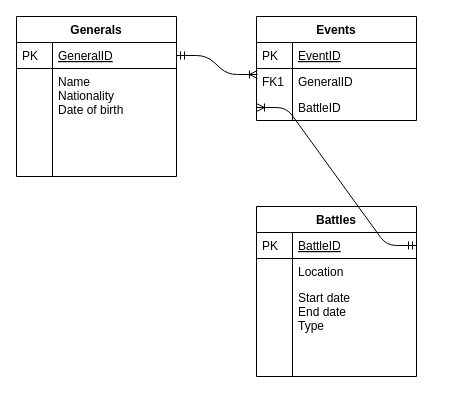
The draw.io diagram Untitled Diagram.drawio in Finn969/Project-SFIA-1, before the edit. Source tidied: cells renumbered, new cells numbered last; positions are measured from the earlier drawing's top-left corner, leaving out a move shared by most shapes. Both pictures are drawn from the tidied source at 100%, with x=0, y=0 at pixel (16, 16).
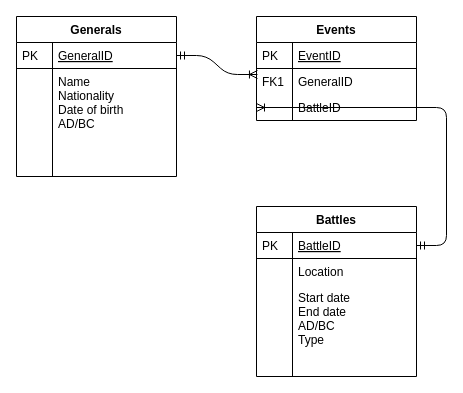
The same diagram, later.

The change refers to these unchanged cells:
```xml
<mxCell id="2" value="Generals" style="swimlane;fontStyle=1;horizontal=1;startSize=26;rounded=0;shadow=0;strokeWidth=1;" parent="1" vertex="1">
  <mxGeometry width="160" height="160" as="geometry" />
</mxCell>
<mxCell id="12" value="BattleID" style="shape=partialRectangle;top=0;left=0;right=0;bottom=0;align=left;verticalAlign=top;fillColor=none;spacingLeft=40;spacingRight=4;overflow=hidden;points=[[0,0.5],[1,0.5]];portConstraint=eastwest;rounded=0;shadow=0;strokeWidth=1;" parent="7" vertex="1">
  <mxGeometry y="78" width="160" height="26" as="geometry" />
</mxCell>
<mxCell id="14" value="Battles" style="swimlane;fontStyle=1;horizontal=1;startSize=26;rounded=0;shadow=0;strokeWidth=1;" parent="1" vertex="1">
  <mxGeometry x="240" y="190" width="160" height="170" as="geometry" />
</mxCell>
<mxCell id="15" value="BattleID" style="shape=partialRectangle;top=0;left=0;right=0;bottom=1;align=left;verticalAlign=top;fillColor=none;spacingLeft=40;spacingRight=4;overflow=hidden;points=[[0,0.5],[1,0.5]];portConstraint=eastwest;rounded=0;shadow=0;strokeWidth=1;fontStyle=4;" parent="14" vertex="1">
  <mxGeometry y="26" width="160" height="26" as="geometry" />
</mxCell>
```

What changed in the source:
```diff
@@
-    <mxCell id="5" value="Name&#10;Nationality&#10;Date of birth" style="shape=partialRectangle;top=0;left=0;right=0;bottom=0;align=left;verticalAlign=top;fillColor=none;spacingLeft=40;spacingRight=4;overflow=hidden;rounded=0;shadow=0;strokeWidth=1;" parent="2" vertex="1">
+    <mxCell id="5" value="Name&#10;Nationality&#10;Date of birth&#10;AD/BC" style="shape=partialRectangle;top=0;left=0;right=0;bottom=0;align=left;verticalAlign=top;fillColor=none;spacingLeft=40;spacingRight=4;overflow=hidden;rounded=0;shadow=0;strokeWidth=1;" parent="2" vertex="1">
       <mxGeometry y="52" width="160" height="108" as="geometry" />
     </mxCell>
@@
-    <mxCell id="19" value="Start date&#10;End date&#10;Type" style="shape=partialRectangle;top=0;left=0;right=0;bottom=0;align=left;verticalAlign=top;fillColor=none;spacingLeft=40;spacingRight=4;overflow=hidden;rounded=0;shadow=0;strokeWidth=1;" parent="14" vertex="1">
+    <mxCell id="19" value="Start date&#10;End date&#10;AD/BC&#10;Type" style="shape=partialRectangle;top=0;left=0;right=0;bottom=0;align=left;verticalAlign=top;fillColor=none;spacingLeft=40;spacingRight=4;overflow=hidden;rounded=0;shadow=0;strokeWidth=1;" parent="14" vertex="1">
       <mxGeometry y="78" width="160" height="92" as="geometry" />
     </mxCell>
@@
-    <mxCell id="21" style="edgeStyle=entityRelationEdgeStyle;fontSize=12;html=1;endArrow=ERoneToMany;startArrow=ERmandOne;exitX=1;exitY=0.5;exitDx=0;exitDy=0;entryX=0;entryY=0.5;entryDx=0;entryDy=0;" parent="1" edge="1" source="15" target="12">
-      <mxGeometry relative="1" as="geometry" />
+    <mxCell id="21" style="edgeStyle=entityRelationEdgeStyle;fontSize=12;html=1;endArrow=ERoneToMany;startArrow=ERmandOne;entryX=0;entryY=0.5;entryDx=0;entryDy=0;" parent="1" edge="1" target="12">
+      <mxGeometry relative="1" as="geometry">
+        <mxPoint x="400" y="229" as="sourcePoint" />
+      </mxGeometry>
     </mxCell>
```
